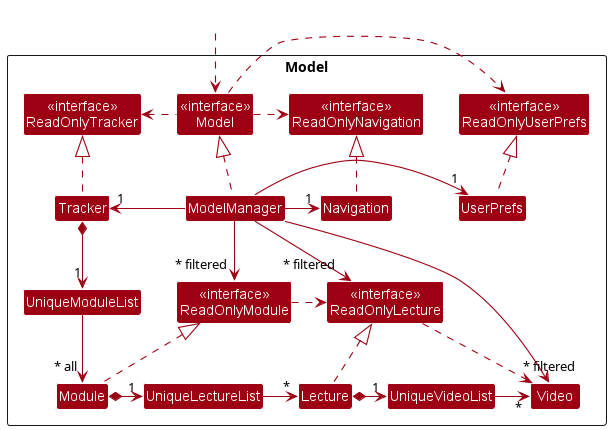
Before: docs/images/ModelClassDiagram.png, a diagram exported from PlantUML (nus-cs2103-AY2223S2/tp). The source it was exported from:
```plantuml
@startuml



!define UI_COLOR #1D8900
!define UI_COLOR_T1 #83E769
!define UI_COLOR_T2 #3FC71B
!define UI_COLOR_T3 #166800
!define UI_COLOR_T4 #0E4100

!define LOGIC_COLOR #3333C4
!define LOGIC_COLOR_T1 #C8C8FA
!define LOGIC_COLOR_T2 #6A6ADC
!define LOGIC_COLOR_T3 #1616B0
!define LOGIC_COLOR_T4 #101086

!define MODEL_COLOR #9D0012
!define MODEL_COLOR_T1 #F97181
!define MODEL_COLOR_T2 #E41F36
!define MODEL_COLOR_T3 #7B000E
!define MODEL_COLOR_T4 #51000A

!define STORAGE_COLOR #A38300
!define STORAGE_COLOR_T1 #FFE374
!define STORAGE_COLOR_T2 #EDC520
!define STORAGE_COLOR_T3 #806600
!define STORAGE_COLOR_T2 #544400

!define USER_COLOR #000000

skinparam BackgroundColor #FFFFFFF

skinparam Shadowing false

skinparam Class {
    FontColor #FFFFFF
    BorderThickness 1
    BorderColor #FFFFFF
    StereotypeFontColor #FFFFFF
    FontName Arial
}

skinparam Actor {
    BorderColor USER_COLOR
    Color USER_COLOR
    FontName Arial
}

skinparam Sequence {
    MessageAlign center
    BoxFontSize 15
    BoxPadding 0
    BoxFontColor #FFFFFF
    FontName Arial
}

skinparam Participant {
    FontColor #FFFFFFF
    Padding 20
}

skinparam MinClassWidth 50
skinparam ParticipantPadding 10
skinparam Shadowing false
skinparam DefaultTextAlignment center
skinparam packageStyle Rectangle

hide footbox
hide members
hide circle

skinparam arrowThickness 1.1
skinparam arrowColor MODEL_COLOR
skinparam classBackgroundColor MODEL_COLOR

Package Model <<Rectangle>>{
Class "<<interface>>\nModel" as Model
Class "<<interface>>\nReadOnlyTracker" as ReadOnlyTracker
Class "<<interface>>\nReadOnlyUserPrefs" as ReadOnlyUserPrefs
Class "<<interface>>\nReadOnlyNavigation" as ReadOnlyNavigation
Class ModelManager
Class Tracker
Class UserPrefs
Class Navigation

Class UniqueModuleList
Class "<<interface>>\nReadOnlyModule" as ReadOnlyModule
Class Module

Class UniqueLectureList
Class "<<interface>>\nReadOnlyLecture" as ReadOnlyLecture
Class Lecture

Class UniqueVideoList
Class Video
}

Class HiddenOutside #FFFFFF
HiddenOutside ..> Model

Model .left.> ReadOnlyTracker
Model .right.> ReadOnlyUserPrefs
Model .right.> ReadOnlyNavigation

ModelManager .up.|> Model
Tracker .up.|> ReadOnlyTracker
UserPrefs .up.|> ReadOnlyUserPrefs
Navigation .up.|> ReadOnlyNavigation

ModelManager -left-> "1" Tracker
ModelManager -right-> "1" UserPrefs
ModelManager -right-> "1" Navigation
ModelManager -->"~* filtered" ReadOnlyModule
ModelManager -->"~* filtered" ReadOnlyLecture
ModelManager -->"        ~* filtered" Video

ReadOnlyModule .right.> ReadOnlyLecture
ReadOnlyLecture .right.> Video

Tracker *--> "1" UniqueModuleList
UniqueModuleList -down->"~* all" Module
Module .up.|> ReadOnlyModule
Module *-right-> "1" UniqueLectureList

UniqueLectureList -right-> "~*"Lecture
Lecture .up.|> ReadOnlyLecture
Lecture *-right-> "1" UniqueVideoList

UniqueVideoList -right-> "~*"Video
@enduml
```
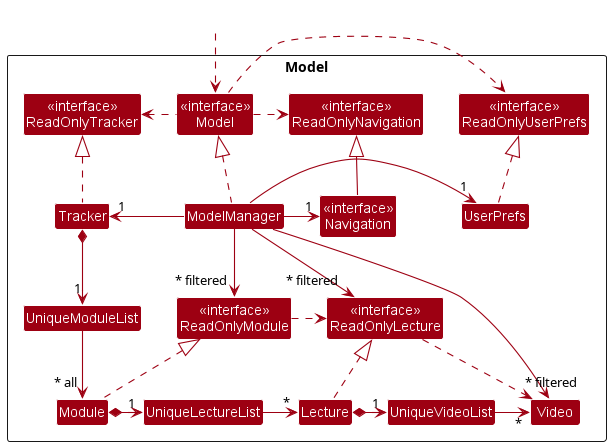
The same file after the commit.

Commit message:
Update Model class diagram as Navigation is now an interface

Diff of the diagram source:
```diff
@@ -25,6 +25,9 @@
 !define STORAGE_COLOR_T2 #EDC520
 !define STORAGE_COLOR_T3 #806600
 !define STORAGE_COLOR_T2 #544400
+
+!define NAV_COLOR #E37A2E
+!define NAV_COLOR_T4 #F3A66D
 
 !define USER_COLOR #000000
 
@@ -81,7 +84,7 @@
 Class ModelManager
 Class Tracker
 Class UserPrefs
-Class Navigation
+Class "<<interface>>\nNavigation" as Navigation
 
 Class UniqueModuleList
 Class "<<interface>>\nReadOnlyModule" as ReadOnlyModule
@@ -105,7 +108,7 @@
 ModelManager .up.|> Model
 Tracker .up.|> ReadOnlyTracker
 UserPrefs .up.|> ReadOnlyUserPrefs
-Navigation .up.|> ReadOnlyNavigation
+Navigation -up-|> ReadOnlyNavigation
 
 ModelManager -left-> "1" Tracker
 ModelManager -right-> "1" UserPrefs
```
